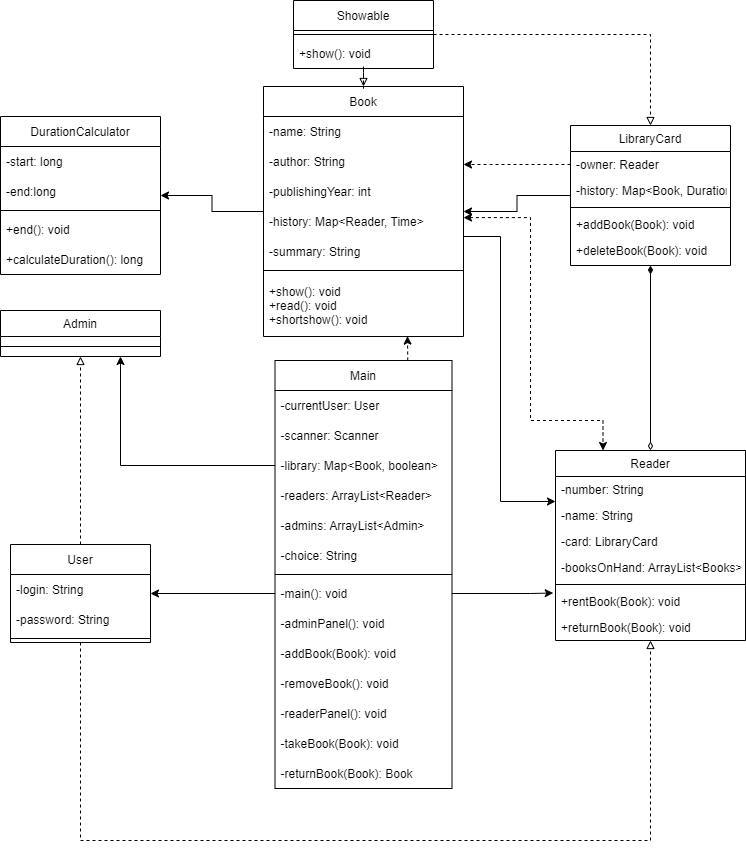
The draw.io diagram Class UML diagram.png in N2749/OOP_Lab8, before a commit. Source tidied: cells renumbered, new cells last; positions are measured from the earlier drawing's top-left corner, leaving out a move shared by most shapes.
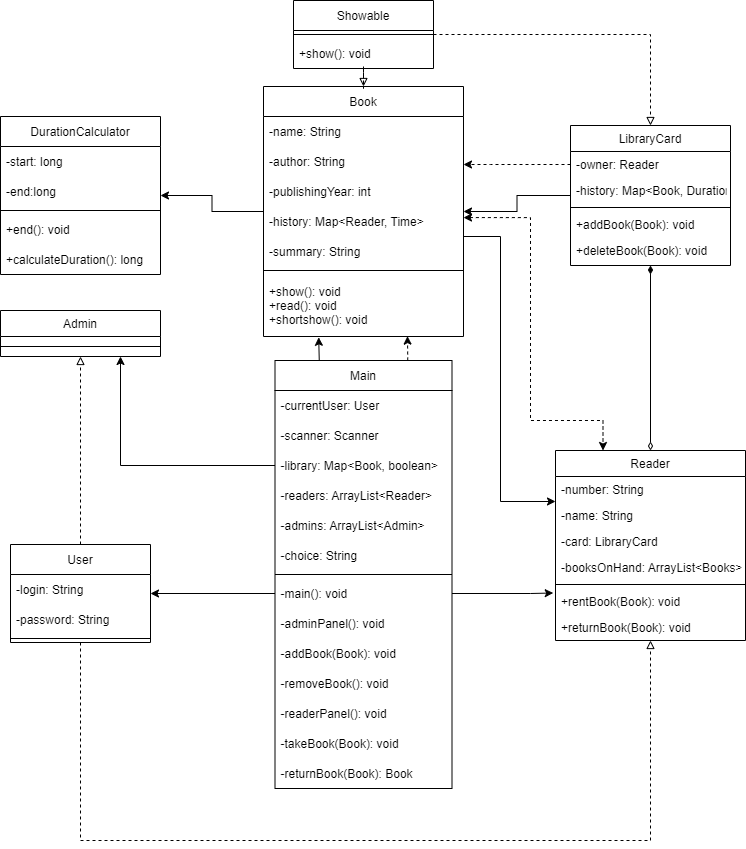
After the commit.

Commit message:
Changed UML diagram

The edit, as a diff of the source:
```diff
@@ -168,6 +168,9 @@
     <mxCell id="50" style="edgeStyle=orthogonalEdgeStyle;rounded=0;jettySize=auto;html=1;startArrow=none;startFill=0;endArrow=classic;endFill=1;exitX=0.75;exitY=0;exitDx=0;exitDy=0;dashed=1;entryX=0.72;entryY=0.994;entryDx=0;entryDy=0;entryPerimeter=0;" parent="1" edge="1" source="51" target="22">
       <mxGeometry relative="1" as="geometry" />
     </mxCell>
+    <mxCell id="68" style="edgeStyle=orthogonalEdgeStyle;rounded=0;jettySize=auto;html=1;exitX=0.25;exitY=0;exitDx=0;exitDy=0;entryX=0.276;entryY=1.013;entryDx=0;entryDy=0;entryPerimeter=0;" parent="1" edge="1" source="51" target="22">
+      <mxGeometry relative="1" as="geometry" />
+    </mxCell>
     <mxCell id="51" value="Main" style="swimlane;fontStyle=0;horizontal=1;startSize=30;" parent="1" vertex="1">
       <mxGeometry x="274.5" y="360" width="177" height="428" as="geometry" />
     </mxCell>
```
